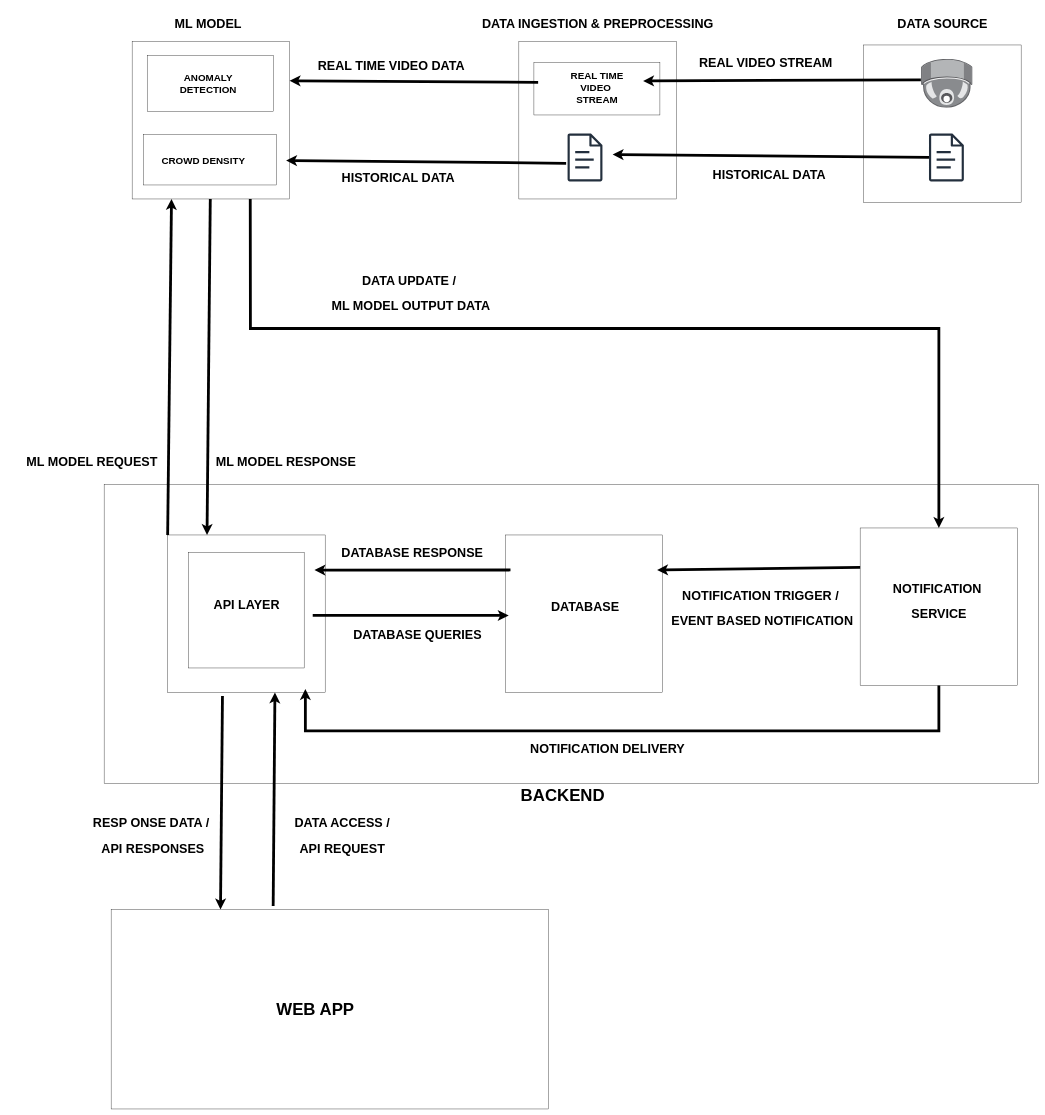
This is Untitled Diagram.drawio from akhil888binoy/60DaysOfDevOps, a draw.io file, before an edit. Source tidied: cells renumbered, new cells numbered last; positions are measured from the earlier drawing's top-left corner, leaving out a move shared by most shapes. Both pictures are drawn from the tidied source at 35%, with x=0, y=0 at pixel (6, 17).
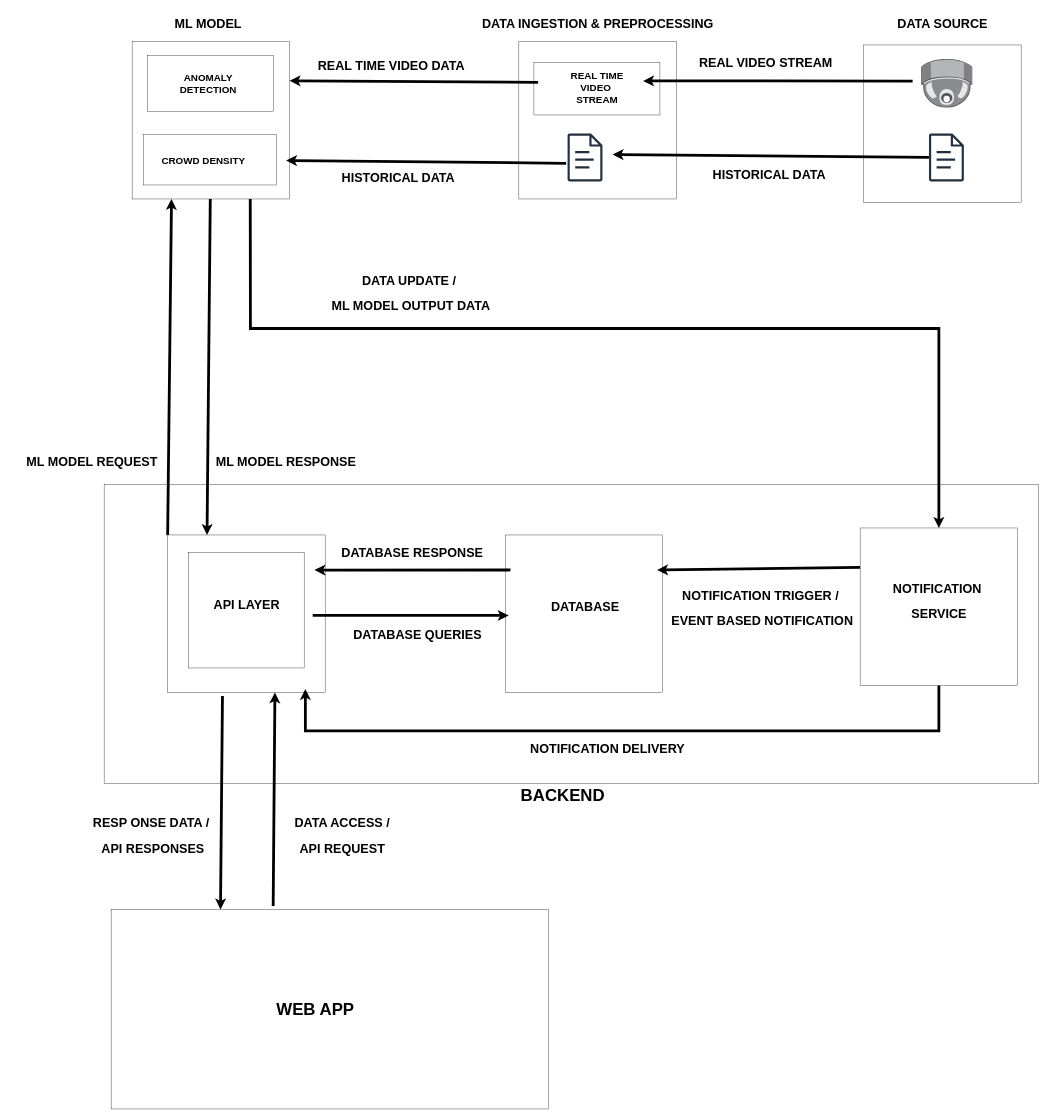
After the change.

Unchanged cells that the change refers to:
```xml
<mxCell id="4" style="image;points=[];html=1;align=center;shadow=0;dashed=0;image=img/lib/allied_telesis/security/Surveillance_Camera_Ceiling.svg;" parent="1" vertex="1">
  <mxGeometry x="2614.6" y="120" width="147.1" height="140" as="geometry" />
</mxCell>
```

The edit, as a diff of the source:
```diff
@@
-    <mxCell id="13" style="endArrow=classic;html=1;rounded=0;strokeWidth=8;exitX=-0.007;exitY=0.426;exitDx=0;exitDy=0;exitPerimeter=0;" parent="1" edge="1" source="4">
+    <mxCell id="13" style="endArrow=classic;html=1;rounded=0;strokeWidth=8;" parent="1" edge="1">
       <mxGeometry relative="1" as="geometry">
+        <mxPoint x="2590" y="183" as="sourcePoint" />
         <mxPoint x="1820" y="182.7" as="targetPoint" />
       </mxGeometry>
     </mxCell>
```
